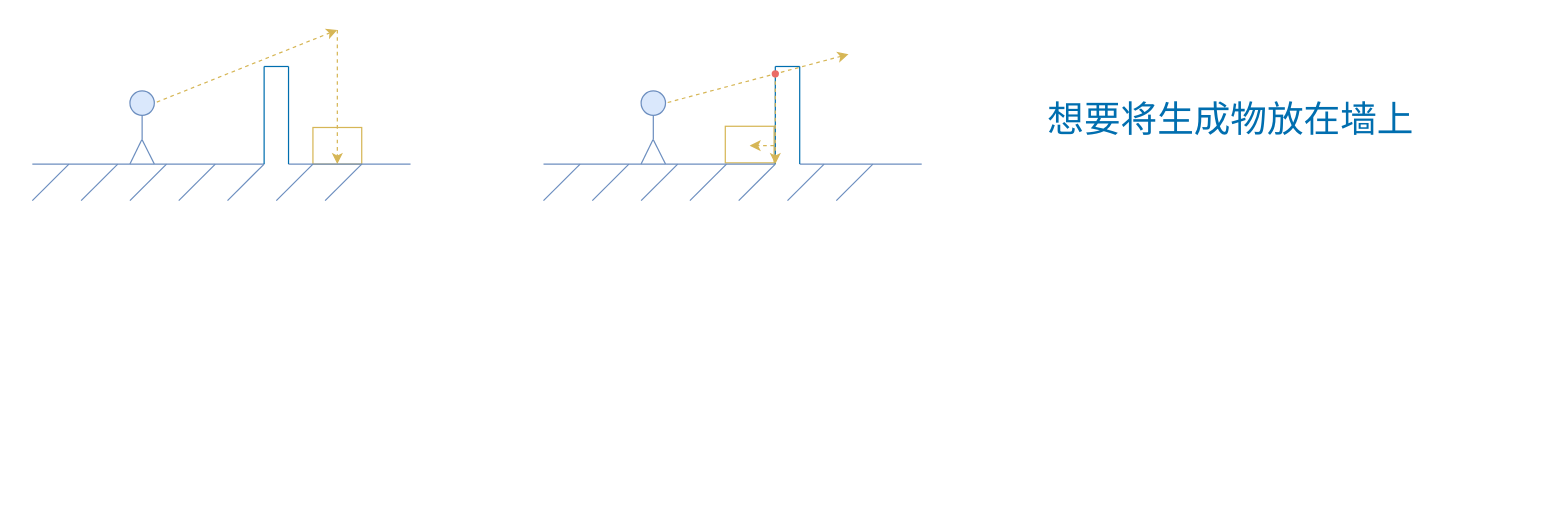
The draw.io diagram GroundTrace容错.drawio in timesdaughter/RayTracing, before the edit. Source tidied: cells renumbered, new cells numbered last; positions are measured from the earlier drawing's top-left corner, leaving out a move shared by most shapes. Both pictures are drawn from the tidied source at 122%, with x=0, y=0 at pixel (32, 29).
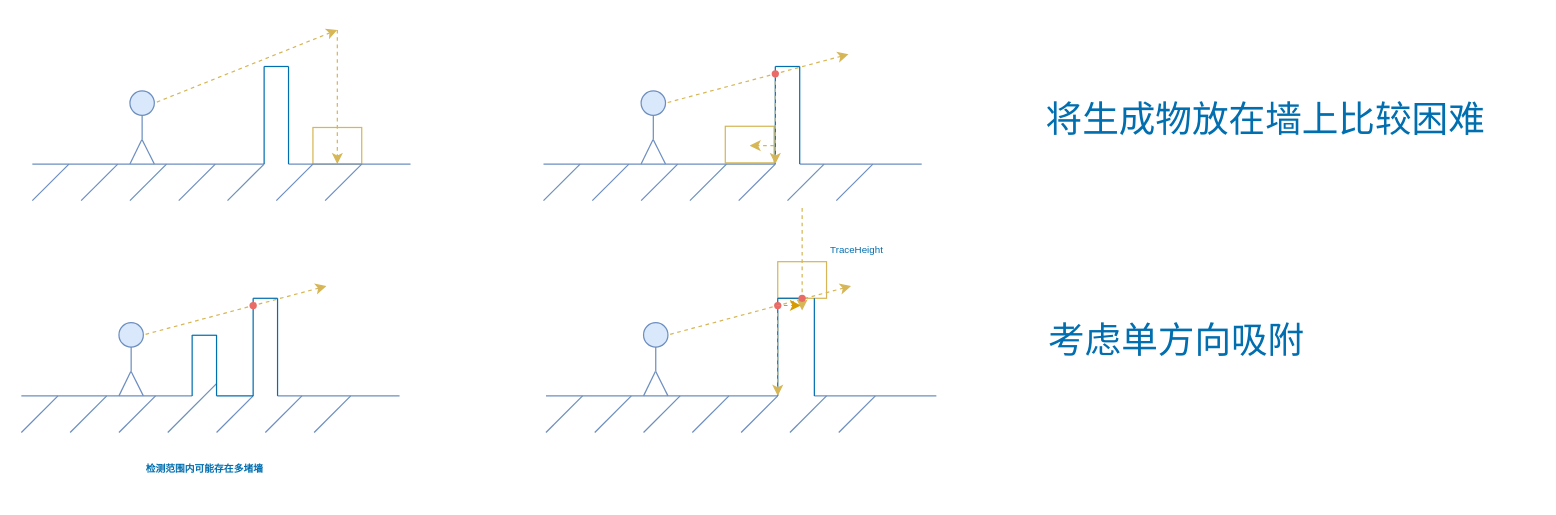
After the change.

Diff of the diagram source:
```diff
@@
-    <mxCell id="42" value="&lt;span style=&quot;font-size: 30px;&quot;&gt;想要将生成物放在墙上&lt;/span&gt;" style="text;html=1;strokeColor=none;fillColor=none;align=center;verticalAlign=middle;whiteSpace=wrap;rounded=0;fontColor=#006EAF;" parent="1" vertex="1">
-      <mxGeometry x="821" y="70" width="323" height="5" as="geometry" />
+    <mxCell id="42" value="&lt;span style=&quot;font-size: 30px;&quot;&gt;将生成物放在墙上比较困难&lt;/span&gt;" style="text;html=1;strokeColor=none;fillColor=none;align=center;verticalAlign=middle;whiteSpace=wrap;rounded=0;fontColor=#006EAF;" parent="1" vertex="1">
+      <mxGeometry x="791" y="70" width="440" height="5" as="geometry" />
     </mxCell>
+    <mxCell id="43" style="whiteSpace=wrap;html=1;align=center;newEdgeStyle={&quot;edgeStyle&quot;:&quot;elbowEdgeStyle&quot;,&quot;startArrow&quot;:&quot;none&quot;,&quot;endArrow&quot;:&quot;none&quot;};fillColor=#FFFFFF;strokeColor=#d6b656;" parent="1" vertex="1">
+      <mxGeometry x="611" y="190" width="40" height="30" as="geometry" />
+    </mxCell>
+    <mxCell id="44" style="endArrow=none;html=1;rounded=0;fillColor=#dae8fc;strokeColor=#6c8ebf;" parent="1" edge="1">
+      <mxGeometry relative="1" as="geometry">
+        <mxPoint x="421" y="300" as="sourcePoint" />
+        <mxPoint x="611" y="300" as="targetPoint" />
+      </mxGeometry>
+    </mxCell>
+    <mxCell id="45" style="ellipse;whiteSpace=wrap;html=1;fillColor=#dae8fc;strokeColor=#6c8ebf;" parent="1" vertex="1">
+      <mxGeometry x="501" y="240" width="20" height="20" as="geometry" />
+    </mxCell>
+    <mxCell id="46" style="endArrow=none;html=1;rounded=0;entryX=0.5;entryY=1;entryDx=0;entryDy=0;fillColor=#dae8fc;strokeColor=#6c8ebf;" parent="1" edge="1" target="45">
+      <mxGeometry relative="1" as="geometry">
+        <mxPoint x="511" y="280" as="sourcePoint" />
+      </mxGeometry>
+    </mxCell>
+    <mxCell id="47" style="endArrow=none;html=1;rounded=0;entryX=0.5;entryY=1;entryDx=0;entryDy=0;fillColor=#dae8fc;strokeColor=#6c8ebf;" parent="1" edge="1">
+      <mxGeometry relative="1" as="geometry">
+        <mxPoint x="501" y="300" as="sourcePoint" />
+        <mxPoint x="510.7" y="280" as="targetPoint" />
+      </mxGeometry>
+    </mxCell>
+    <mxCell id="48" style="endArrow=none;html=1;rounded=0;fillColor=#dae8fc;strokeColor=#6c8ebf;" parent="1" edge="1">
+      <mxGeometry relative="1" as="geometry">
+        <mxPoint x="521" y="300" as="sourcePoint" />
+        <mxPoint x="511" y="280" as="targetPoint" />
+      </mxGeometry>
+    </mxCell>
+    <mxCell id="49" style="endArrow=none;dashed=1;html=1;rounded=0;fillColor=#fff2cc;strokeColor=#d6b656;startArrow=classic;startFill=1;entryX=1;entryY=0.5;entryDx=0;entryDy=0;" parent="1" edge="1" target="45">
+      <mxGeometry relative="1" as="geometry">
+        <mxPoint x="671" y="210" as="sourcePoint" />
+      </mxGeometry>
+    </mxCell>
+    <mxCell id="50" style="endArrow=none;html=1;rounded=0;fillColor=#dae8fc;strokeColor=#6c8ebf;" parent="1" edge="1">
+      <mxGeometry relative="1" as="geometry">
+        <mxPoint x="421" y="330" as="sourcePoint" />
+        <mxPoint x="451" y="300" as="targetPoint" />
+      </mxGeometry>
+    </mxCell>
+    <mxCell id="51" style="endArrow=none;html=1;rounded=0;fillColor=#dae8fc;strokeColor=#6c8ebf;" parent="1" edge="1">
+      <mxGeometry relative="1" as="geometry">
+        <mxPoint x="461" y="330" as="sourcePoint" />
+        <mxPoint x="491" y="300" as="targetPoint" />
+      </mxGeometry>
+    </mxCell>
+    <mxCell id="52" style="endArrow=none;html=1;rounded=0;fillColor=#dae8fc;strokeColor=#6c8ebf;" parent="1" edge="1">
+      <mxGeometry relative="1" as="geometry">
+        <mxPoint x="501" y="330" as="sourcePoint" />
+        <mxPoint x="531" y="300" as="targetPoint" />
+      </mxGeometry>
+    </mxCell>
+    <mxCell id="53" style="endArrow=none;html=1;rounded=0;fillColor=#dae8fc;strokeColor=#6c8ebf;" parent="1" edge="1">
+      <mxGeometry relative="1" as="geometry">
+        <mxPoint x="541" y="330" as="sourcePoint" />
+        <mxPoint x="571" y="300" as="targetPoint" />
+      </mxGeometry>
+    </mxCell>
+    <mxCell id="54" style="endArrow=none;html=1;rounded=0;fillColor=#dae8fc;strokeColor=#6c8ebf;" parent="1" edge="1">
+      <mxGeometry relative="1" as="geometry">
+        <mxPoint x="581" y="330" as="sourcePoint" />
+        <mxPoint x="611" y="300" as="targetPoint" />
+      </mxGeometry>
+    </mxCell>
+    <mxCell id="55" style="endArrow=none;html=1;rounded=0;fillColor=#dae8fc;strokeColor=#6c8ebf;" parent="1" edge="1">
+      <mxGeometry relative="1" as="geometry">
+        <mxPoint x="621" y="330" as="sourcePoint" />
+        <mxPoint x="651" y="300" as="targetPoint" />
+      </mxGeometry>
+    </mxCell>
+    <mxCell id="56" style="endArrow=none;html=1;rounded=0;fillColor=#dae8fc;strokeColor=#6c8ebf;" parent="1" edge="1">
+      <mxGeometry relative="1" as="geometry">
+        <mxPoint x="641" y="300" as="sourcePoint" />
+        <mxPoint x="741" y="300" as="targetPoint" />
+      </mxGeometry>
+    </mxCell>
+    <mxCell id="57" style="endArrow=none;html=1;rounded=0;strokeColor=#006EAF;fontColor=#006EAF;" parent="1" edge="1">
+      <mxGeometry relative="1" as="geometry">
+        <mxPoint x="611" y="300" as="sourcePoint" />
+        <mxPoint x="611" y="220" as="targetPoint" />
+      </mxGeometry>
+    </mxCell>
+    <mxCell id="58" style="endArrow=none;html=1;rounded=0;strokeColor=#006EAF;fontColor=#006EAF;" parent="1" edge="1">
+      <mxGeometry relative="1" as="geometry">
+        <mxPoint x="641" y="300" as="sourcePoint" />
+        <mxPoint x="641" y="220" as="targetPoint" />
+      </mxGeometry>
+    </mxCell>
+    <mxCell id="59" style="endArrow=none;html=1;rounded=0;strokeColor=#006EAF;fontColor=#006EAF;" parent="1" edge="1">
+      <mxGeometry relative="1" as="geometry">
+        <mxPoint x="611" y="220" as="sourcePoint" />
+        <mxPoint x="631" y="220" as="targetPoint" />
+      </mxGeometry>
+    </mxCell>
+    <mxCell id="60" style="endArrow=none;html=1;rounded=0;fillColor=#dae8fc;strokeColor=#6c8ebf;" parent="1" edge="1">
+      <mxGeometry relative="1" as="geometry">
+        <mxPoint x="661" y="330" as="sourcePoint" />
+        <mxPoint x="691" y="300" as="targetPoint" />
+      </mxGeometry>
+    </mxCell>
+    <mxCell id="61" style="endArrow=classic;html=1;rounded=0;dashed=1;strokeColor=#d6b656;fontColor=#006EAF;fillColor=#fff2cc;exitX=0.552;exitY=0.641;exitDx=0;exitDy=0;exitPerimeter=0;" parent="1" edge="1" source="62">
+      <mxGeometry relative="1" as="geometry">
+        <mxPoint x="611" y="300" as="targetPoint" />
+      </mxGeometry>
+    </mxCell>
+    <mxCell id="62" style="shape=waypoint;sketch=0;fillStyle=solid;size=6;points=[];fillColor=none;perimeter=centerPerimeter;snapToPoint=1;strokeColor=#EA6B66;fontColor=#006EAF;" parent="1" vertex="1">
+      <mxGeometry x="601" y="216" width="20" height="20" as="geometry" />
+    </mxCell>
+    <mxCell id="63" style="endArrow=classic;html=1;rounded=0;fillColor=#ffe6cc;strokeColor=#d79b00;dashed=1;" parent="1" edge="1">
+      <mxGeometry relative="1" as="geometry">
+        <mxPoint x="610" y="225.9" as="sourcePoint" />
+        <mxPoint x="630" y="225.9" as="targetPoint" />
+      </mxGeometry>
+    </mxCell>
+    <mxCell id="64" style="endArrow=classic;html=1;rounded=0;dashed=1;strokeColor=#d6b656;fontColor=#006EAF;fillColor=#fff2cc;exitDx=0;exitDy=0;exitPerimeter=0;startArrow=none;" parent="1" edge="1" source="66">
+      <mxGeometry relative="1" as="geometry">
+        <mxPoint x="631" y="230" as="targetPoint" />
+      </mxGeometry>
+    </mxCell>
+    <mxCell id="65" style="endArrow=none;html=1;rounded=0;dashed=1;strokeColor=#d6b656;fontColor=#006EAF;fillColor=#fff2cc;exitX=0.552;exitY=0.641;exitDx=0;exitDy=0;exitPerimeter=0;" parent="1" edge="1" target="66">
+      <mxGeometry relative="1" as="geometry">
+        <mxPoint x="631" y="146" as="sourcePoint" />
+      </mxGeometry>
+    </mxCell>
+    <mxCell id="66" style="shape=waypoint;sketch=0;fillStyle=solid;size=6;points=[];fillColor=none;perimeter=centerPerimeter;snapToPoint=1;fontSize=8;strokeColor=#EA6B66;" parent="1" vertex="1">
+      <mxGeometry x="621" y="210" width="20" height="20" as="geometry" />
+    </mxCell>
+    <mxCell id="67" value="TraceHeight" style="text;html=1;strokeColor=none;fillColor=none;align=center;verticalAlign=middle;whiteSpace=wrap;rounded=0;fontSize=8;fontColor=#006EAF;" parent="1" vertex="1">
+      <mxGeometry x="661" y="170" width="30" height="20" as="geometry" />
+    </mxCell>
+    <mxCell id="68" style="endArrow=none;html=1;rounded=0;fillColor=#dae8fc;strokeColor=#6c8ebf;" parent="1" edge="1">
+      <mxGeometry relative="1" as="geometry">
+        <mxPoint x="-9" y="300" as="sourcePoint" />
+        <mxPoint x="131" y="300" as="targetPoint" />
+      </mxGeometry>
+    </mxCell>
+    <mxCell id="69" style="ellipse;whiteSpace=wrap;html=1;fillColor=#dae8fc;strokeColor=#6c8ebf;" parent="1" vertex="1">
+      <mxGeometry x="71" y="240" width="20" height="20" as="geometry" />
+    </mxCell>
+    <mxCell id="70" style="endArrow=none;html=1;rounded=0;entryX=0.5;entryY=1;entryDx=0;entryDy=0;fillColor=#dae8fc;strokeColor=#6c8ebf;" parent="1" edge="1" target="69">
+      <mxGeometry relative="1" as="geometry">
+        <mxPoint x="81" y="280" as="sourcePoint" />
+      </mxGeometry>
+    </mxCell>
+    <mxCell id="71" style="endArrow=none;html=1;rounded=0;entryX=0.5;entryY=1;entryDx=0;entryDy=0;fillColor=#dae8fc;strokeColor=#6c8ebf;" parent="1" edge="1">
+      <mxGeometry relative="1" as="geometry">
+        <mxPoint x="71" y="300" as="sourcePoint" />
+        <mxPoint x="80.7" y="280" as="targetPoint" />
+      </mxGeometry>
+    </mxCell>
+    <mxCell id="72" style="endArrow=none;html=1;rounded=0;fillColor=#dae8fc;strokeColor=#6c8ebf;" parent="1" edge="1">
+      <mxGeometry relative="1" as="geometry">
+        <mxPoint x="91" y="300" as="sourcePoint" />
+        <mxPoint x="81" y="280" as="targetPoint" />
+      </mxGeometry>
+    </mxCell>
+    <mxCell id="73" style="endArrow=none;dashed=1;html=1;rounded=0;fillColor=#fff2cc;strokeColor=#d6b656;startArrow=classic;startFill=1;entryX=1;entryY=0.5;entryDx=0;entryDy=0;" parent="1" edge="1" target="69">
+      <mxGeometry relative="1" as="geometry">
+        <mxPoint x="241" y="210" as="sourcePoint" />
+      </mxGeometry>
+    </mxCell>
+    <mxCell id="74" style="endArrow=none;html=1;rounded=0;fillColor=#dae8fc;strokeColor=#6c8ebf;" parent="1" edge="1">
+      <mxGeometry relative="1" as="geometry">
+        <mxPoint x="-9" y="330" as="sourcePoint" />
+        <mxPoint x="21" y="300" as="targetPoint" />
+      </mxGeometry>
+    </mxCell>
+    <mxCell id="75" style="endArrow=none;html=1;rounded=0;fillColor=#dae8fc;strokeColor=#6c8ebf;" parent="1" edge="1">
+      <mxGeometry relative="1" as="geometry">
+        <mxPoint x="31" y="330" as="sourcePoint" />
+        <mxPoint x="61" y="300" as="targetPoint" />
+      </mxGeometry>
+    </mxCell>
+    <mxCell id="76" style="endArrow=none;html=1;rounded=0;fillColor=#dae8fc;strokeColor=#6c8ebf;" parent="1" edge="1">
+      <mxGeometry relative="1" as="geometry">
+        <mxPoint x="71" y="330" as="sourcePoint" />
+        <mxPoint x="101" y="300" as="targetPoint" />
+      </mxGeometry>
+    </mxCell>
+    <mxCell id="77" style="endArrow=none;html=1;rounded=0;fillColor=#dae8fc;strokeColor=#6c8ebf;" parent="1" edge="1">
+      <mxGeometry relative="1" as="geometry">
+        <mxPoint x="111" y="330" as="sourcePoint" />
+        <mxPoint x="151" y="290" as="targetPoint" />
+      </mxGeometry>
+    </mxCell>
+    <mxCell id="78" style="endArrow=none;html=1;rounded=0;fillColor=#dae8fc;strokeColor=#6c8ebf;" parent="1" edge="1">
+      <mxGeometry relative="1" as="geometry">
+        <mxPoint x="151" y="330" as="sourcePoint" />
+        <mxPoint x="181" y="300" as="targetPoint" />
+      </mxGeometry>
+    </mxCell>
+    <mxCell id="79" style="endArrow=none;html=1;rounded=0;fillColor=#dae8fc;strokeColor=#6c8ebf;" parent="1" edge="1">
+      <mxGeometry relative="1" as="geometry">
+        <mxPoint x="191" y="330" as="sourcePoint" />
+        <mxPoint x="221" y="300" as="targetPoint" />
+      </mxGeometry>
+    </mxCell>
+    <mxCell id="80" style="endArrow=none;html=1;rounded=0;fillColor=#dae8fc;strokeColor=#6c8ebf;" parent="1" edge="1">
+      <mxGeometry relative="1" as="geometry">
+        <mxPoint x="201" y="300" as="sourcePoint" />
+        <mxPoint x="301" y="300" as="targetPoint" />
+      </mxGeometry>
+    </mxCell>
+    <mxCell id="81" style="endArrow=none;html=1;rounded=0;strokeColor=#006EAF;fontColor=#006EAF;" parent="1" edge="1">
+      <mxGeometry relative="1" as="geometry">
+        <mxPoint x="181" y="300" as="sourcePoint" />
+        <mxPoint x="181" y="220" as="targetPoint" />
+      </mxGeometry>
+    </mxCell>
+    <mxCell id="82" style="endArrow=none;html=1;rounded=0;strokeColor=#006EAF;fontColor=#006EAF;" parent="1" edge="1">
+      <mxGeometry relative="1" as="geometry">
+        <mxPoint x="201" y="300" as="sourcePoint" />
+        <mxPoint x="201" y="220" as="targetPoint" />
+      </mxGeometry>
+    </mxCell>
+    <mxCell id="83" style="endArrow=none;html=1;rounded=0;strokeColor=#006EAF;fontColor=#006EAF;" parent="1" edge="1">
+      <mxGeometry relative="1" as="geometry">
+        <mxPoint x="181" y="220" as="sourcePoint" />
+        <mxPoint x="201" y="220" as="targetPoint" />
+      </mxGeometry>
+    </mxCell>
+    <mxCell id="84" style="endArrow=none;html=1;rounded=0;fillColor=#dae8fc;strokeColor=#6c8ebf;" parent="1" edge="1">
+      <mxGeometry relative="1" as="geometry">
+        <mxPoint x="231" y="330" as="sourcePoint" />
+        <mxPoint x="261" y="300" as="targetPoint" />
+      </mxGeometry>
+    </mxCell>
+    <mxCell id="85" style="shape=waypoint;sketch=0;fillStyle=solid;size=6;fillColor=none;perimeter=centerPerimeter;strokeColor=#EA6B66;fontColor=#006EAF;" parent="1" vertex="1">
+      <mxGeometry x="171" y="216" width="20" height="20" as="geometry" />
+    </mxCell>
+    <mxCell id="86" style="endArrow=none;html=1;rounded=0;strokeColor=#006EAF;fontColor=#006EAF;" parent="1" edge="1">
+      <mxGeometry relative="1" as="geometry">
+        <mxPoint x="131" y="300" as="sourcePoint" />
+        <mxPoint x="131" y="250" as="targetPoint" />
+      </mxGeometry>
+    </mxCell>
+    <mxCell id="87" style="endArrow=none;html=1;rounded=0;strokeColor=#006EAF;fontColor=#006EAF;" parent="1" edge="1">
+      <mxGeometry relative="1" as="geometry">
+        <mxPoint x="151" y="300" as="sourcePoint" />
+        <mxPoint x="151" y="250" as="targetPoint" />
+      </mxGeometry>
+    </mxCell>
+    <mxCell id="88" style="endArrow=none;html=1;rounded=0;strokeColor=#006EAF;fontColor=#006EAF;" parent="1" edge="1">
+      <mxGeometry relative="1" as="geometry">
+        <mxPoint x="131" y="250.3" as="sourcePoint" />
+        <mxPoint x="151" y="250.3" as="targetPoint" />
+      </mxGeometry>
+    </mxCell>
+    <mxCell id="89" style="endArrow=none;html=1;rounded=0;strokeColor=#006EAF;fontColor=#006EAF;" parent="1" edge="1">
+      <mxGeometry relative="1" as="geometry">
+        <mxPoint x="151" y="300" as="sourcePoint" />
+        <mxPoint x="181" y="300" as="targetPoint" />
+      </mxGeometry>
+    </mxCell>
+    <mxCell id="90" value="&lt;div style=&quot;text-align: center;&quot;&gt;&lt;span style=&quot;font-size: 30px;&quot;&gt;考虑单方向吸附&lt;/span&gt;&lt;/div&gt;" style="text;whiteSpace=wrap;html=1;fontSize=8;fontColor=#006EAF;" parent="1" vertex="1">
+      <mxGeometry x="831" y="230" width="390" height="60" as="geometry" />
+    </mxCell>
+    <mxCell id="91" value="检测范围内可能存在多堵墙" style="text;strokeColor=none;fillColor=none;html=1;fontSize=8;fontStyle=1;verticalAlign=middle;align=center;fontColor=#006EAF;" parent="1" vertex="1">
+      <mxGeometry x="91" y="340" width="100" height="40" as="geometry" />
+    </mxCell>
```
